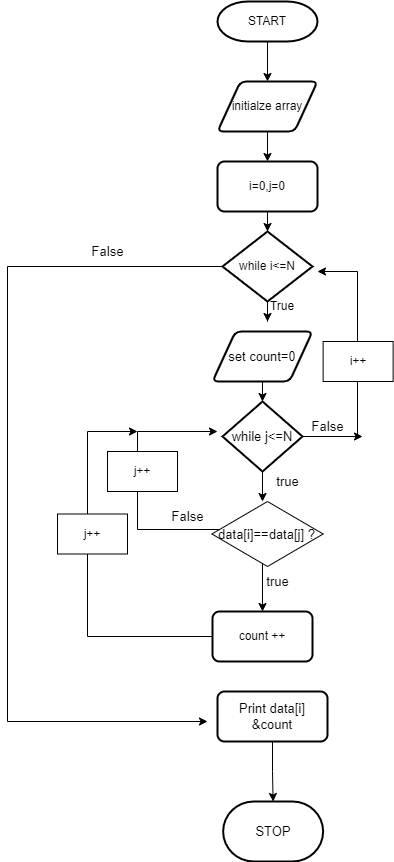
careerinfotech10/algo keeps this draw.io diagram as rahulKumar/dupliocateNoFlow.PNG. Above is the earlier version. Source tidied: cells renumbered, new cells last; positions are measured from the earlier drawing's top-left corner, leaving out a move shared by most shapes. Source of this version:
```xml
<mxGraphModel>
  <root>
    <mxCell id="0" />
    <mxCell id="1" parent="0" />
    <mxCell id="2" style="edgeStyle=orthogonalEdgeStyle;rounded=0;jettySize=auto;html=1;" parent="1" edge="1" source="3" target="5">
      <mxGeometry relative="1" as="geometry" />
    </mxCell>
    <mxCell id="3" value="START" style="strokeWidth=2;html=1;shape=mxgraph.flowchart.terminator;whiteSpace=wrap;" parent="1" vertex="1">
      <mxGeometry x="210" width="100" height="40" as="geometry" />
    </mxCell>
    <mxCell id="4" style="edgeStyle=orthogonalEdgeStyle;rounded=0;jettySize=auto;html=1;" parent="1" edge="1" source="5" target="7">
      <mxGeometry relative="1" as="geometry" />
    </mxCell>
    <mxCell id="5" value="initialze array" style="shape=parallelogram;html=1;strokeWidth=2;perimeter=parallelogramPerimeter;whiteSpace=wrap;rounded=1;arcSize=12;size=0.23;" parent="1" vertex="1">
      <mxGeometry x="210" y="80" width="100" height="50" as="geometry" />
    </mxCell>
    <mxCell id="6" style="edgeStyle=orthogonalEdgeStyle;rounded=0;jettySize=auto;html=1;" parent="1" edge="1" source="7" target="10">
      <mxGeometry relative="1" as="geometry" />
    </mxCell>
    <mxCell id="7" value="i=0,j=0" style="rounded=1;whiteSpace=wrap;html=1;absoluteArcSize=1;arcSize=14;strokeWidth=2;" parent="1" vertex="1">
      <mxGeometry x="210" y="160" width="100" height="50" as="geometry" />
    </mxCell>
    <mxCell id="8" style="edgeStyle=orthogonalEdgeStyle;rounded=0;jettySize=auto;html=1;" parent="1" edge="1" source="10">
      <mxGeometry relative="1" as="geometry">
        <mxPoint x="260" y="320" as="targetPoint" />
      </mxGeometry>
    </mxCell>
    <mxCell id="9" style="edgeStyle=orthogonalEdgeStyle;rounded=0;jettySize=auto;html=1;fontSize=13;" parent="1" edge="1" source="10">
      <mxGeometry relative="1" as="geometry">
        <mxPoint x="200" y="720" as="targetPoint" />
        <Array as="points">
          <mxPoint y="265" />
          <mxPoint y="720" />
        </Array>
      </mxGeometry>
    </mxCell>
    <mxCell id="10" value="while i&amp;lt;=N" style="strokeWidth=2;html=1;shape=mxgraph.flowchart.decision;whiteSpace=wrap;" parent="1" vertex="1">
      <mxGeometry x="215" y="230" width="90" height="70" as="geometry" />
    </mxCell>
    <mxCell id="11" value="True" style="text;html=1;strokeColor=none;fillColor=none;align=center;verticalAlign=middle;whiteSpace=wrap;rounded=0;" parent="1" vertex="1">
      <mxGeometry x="245" y="290" width="60" height="30" as="geometry" />
    </mxCell>
    <mxCell id="12" style="edgeStyle=orthogonalEdgeStyle;rounded=0;jettySize=auto;html=1;" parent="1" edge="1" source="13" target="17">
      <mxGeometry relative="1" as="geometry" />
    </mxCell>
    <mxCell id="13" value="&lt;font style=&quot;font-size: 13px;&quot;&gt;set count=0&lt;/font&gt;" style="shape=parallelogram;html=1;strokeWidth=2;perimeter=parallelogramPerimeter;whiteSpace=wrap;rounded=1;arcSize=12;size=0.23;" parent="1" vertex="1">
      <mxGeometry x="205" y="330" width="100" height="50" as="geometry" />
    </mxCell>
    <mxCell id="14" style="edgeStyle=orthogonalEdgeStyle;rounded=0;jettySize=auto;html=1;" parent="1" edge="1" source="17">
      <mxGeometry relative="1" as="geometry">
        <mxPoint x="255" y="500" as="targetPoint" />
      </mxGeometry>
    </mxCell>
    <mxCell id="15" style="edgeStyle=orthogonalEdgeStyle;rounded=0;jettySize=auto;html=1;fontSize=13;" parent="1" edge="1" source="17">
      <mxGeometry relative="1" as="geometry">
        <mxPoint x="310" y="270" as="targetPoint" />
        <Array as="points">
          <mxPoint x="350" y="435" />
        </Array>
      </mxGeometry>
    </mxCell>
    <mxCell id="16" style="edgeStyle=orthogonalEdgeStyle;rounded=0;jettySize=auto;html=1;fontSize=13;" parent="1" edge="1" source="17">
      <mxGeometry relative="1" as="geometry">
        <mxPoint x="355" y="435" as="targetPoint" />
      </mxGeometry>
    </mxCell>
    <mxCell id="17" value="&lt;font style=&quot;font-size: 13px;&quot;&gt;while j&amp;lt;=N&lt;/font&gt;" style="strokeWidth=2;html=1;shape=mxgraph.flowchart.decision;whiteSpace=wrap;" parent="1" vertex="1">
      <mxGeometry x="215" y="400" width="80" height="70" as="geometry" />
    </mxCell>
    <mxCell id="18" style="edgeStyle=orthogonalEdgeStyle;rounded=0;jettySize=auto;html=1;fontSize=13;" parent="1" edge="1" target="20">
      <mxGeometry relative="1" as="geometry">
        <mxPoint x="255" y="550" as="sourcePoint" />
      </mxGeometry>
    </mxCell>
    <mxCell id="19" style="edgeStyle=orthogonalEdgeStyle;rounded=0;jettySize=auto;html=1;fontSize=13;" parent="1" edge="1" source="20">
      <mxGeometry relative="1" as="geometry">
        <mxPoint x="130" y="430" as="targetPoint" />
        <Array as="points">
          <mxPoint x="80" y="635" />
          <mxPoint x="80" y="430" />
        </Array>
      </mxGeometry>
    </mxCell>
    <mxCell id="20" value="count ++" style="rounded=1;whiteSpace=wrap;html=1;absoluteArcSize=1;arcSize=14;strokeWidth=2;" parent="1" vertex="1">
      <mxGeometry x="205" y="610" width="100" height="50" as="geometry" />
    </mxCell>
    <mxCell id="21" value="true" style="text;html=1;align=center;verticalAlign=middle;strokeColor=none;fillColor=none;fontSize=13;" parent="1" vertex="1">
      <mxGeometry x="255" y="465" width="50" height="30" as="geometry" />
    </mxCell>
    <mxCell id="22" value="False" style="text;html=1;align=center;verticalAlign=middle;strokeColor=none;fillColor=none;fontSize=13;" parent="1" vertex="1">
      <mxGeometry x="290" y="410" width="60" height="30" as="geometry" />
    </mxCell>
    <mxCell id="23" style="edgeStyle=orthogonalEdgeStyle;rounded=0;jettySize=auto;html=1;fontSize=13;" parent="1" edge="1" source="24" target="30">
      <mxGeometry relative="1" as="geometry" />
    </mxCell>
    <mxCell id="24" value="Print data[i] &amp;amp;count" style="rounded=1;whiteSpace=wrap;html=1;absoluteArcSize=1;arcSize=14;strokeWidth=2;fontSize=13;" parent="1" vertex="1">
      <mxGeometry x="210" y="690" width="110" height="50" as="geometry" />
    </mxCell>
    <mxCell id="25" style="edgeStyle=orthogonalEdgeStyle;rounded=0;jettySize=auto;html=1;fontSize=13;" parent="1" edge="1" source="26">
      <mxGeometry relative="1" as="geometry">
        <mxPoint x="210" y="430" as="targetPoint" />
        <Array as="points">
          <mxPoint x="130" y="528" />
        </Array>
      </mxGeometry>
    </mxCell>
    <mxCell id="26" value="data[i]==data[j] ?" style="rhombus;whiteSpace=wrap;html=1;fontSize=13;" parent="1" vertex="1">
      <mxGeometry x="204.4" y="500" width="111.2" height="65" as="geometry" />
    </mxCell>
    <mxCell id="27" value="true" style="text;html=1;align=center;verticalAlign=middle;strokeColor=none;fillColor=none;fontSize=13;" parent="1" vertex="1">
      <mxGeometry x="245" y="565" width="50" height="30" as="geometry" />
    </mxCell>
    <mxCell id="28" value="False" style="text;html=1;align=center;verticalAlign=middle;strokeColor=none;fillColor=none;fontSize=13;" parent="1" vertex="1">
      <mxGeometry x="150" y="500" width="60" height="30" as="geometry" />
    </mxCell>
    <mxCell id="29" value="False" style="text;html=1;align=center;verticalAlign=middle;strokeColor=none;fillColor=none;fontSize=13;" parent="1" vertex="1">
      <mxGeometry x="70" y="235" width="60" height="30" as="geometry" />
    </mxCell>
    <mxCell id="30" value="STOP" style="strokeWidth=2;html=1;shape=mxgraph.flowchart.terminator;whiteSpace=wrap;fontSize=13;" parent="1" vertex="1">
      <mxGeometry x="215.6" y="800" width="100" height="60" as="geometry" />
    </mxCell>
    <mxCell id="31" value="j++" style="whiteSpace=wrap;html=1;" parent="1" vertex="1">
      <mxGeometry x="100" y="450" width="70" height="40" as="geometry" />
    </mxCell>
    <mxCell id="32" value="j++" style="whiteSpace=wrap;html=1;" parent="1" vertex="1">
      <mxGeometry x="50" y="512.5" width="70" height="40" as="geometry" />
    </mxCell>
    <mxCell id="33" value="i++" style="whiteSpace=wrap;html=1;" parent="1" vertex="1">
      <mxGeometry x="315.6" y="340" width="70" height="40" as="geometry" />
    </mxCell>
  </root>
</mxGraphModel>
```
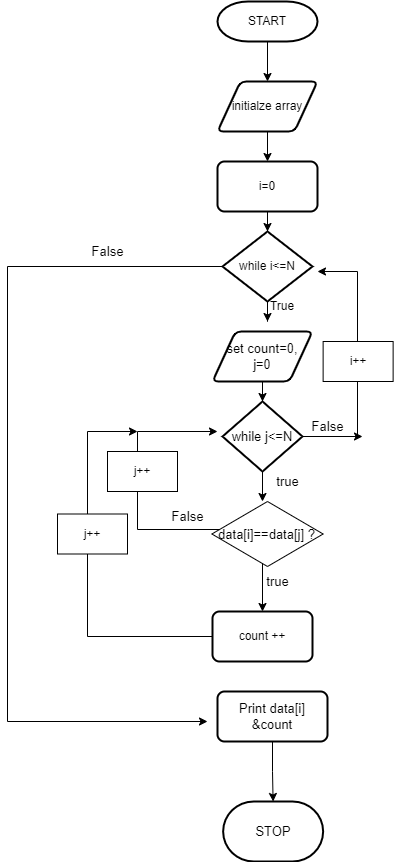
After the commit.

Commit message:
duplicate noo

Change to the diagram source:
```diff
@@ -17,7 +17,7 @@
     <mxCell id="6" style="edgeStyle=orthogonalEdgeStyle;rounded=0;jettySize=auto;html=1;" parent="1" edge="1" source="7" target="10">
       <mxGeometry relative="1" as="geometry" />
     </mxCell>
-    <mxCell id="7" value="i=0,j=0" style="rounded=1;whiteSpace=wrap;html=1;absoluteArcSize=1;arcSize=14;strokeWidth=2;" parent="1" vertex="1">
+    <mxCell id="7" value="i=0" style="rounded=1;whiteSpace=wrap;html=1;absoluteArcSize=1;arcSize=14;strokeWidth=2;" parent="1" vertex="1">
       <mxGeometry x="210" y="160" width="100" height="50" as="geometry" />
     </mxCell>
     <mxCell id="8" style="edgeStyle=orthogonalEdgeStyle;rounded=0;jettySize=auto;html=1;" parent="1" edge="1" source="10">
@@ -43,7 +43,7 @@
     <mxCell id="12" style="edgeStyle=orthogonalEdgeStyle;rounded=0;jettySize=auto;html=1;" parent="1" edge="1" source="13" target="17">
       <mxGeometry relative="1" as="geometry" />
     </mxCell>
-    <mxCell id="13" value="&lt;font style=&quot;font-size: 13px;&quot;&gt;set count=0&lt;/font&gt;" style="shape=parallelogram;html=1;strokeWidth=2;perimeter=parallelogramPerimeter;whiteSpace=wrap;rounded=1;arcSize=12;size=0.23;" parent="1" vertex="1">
+    <mxCell id="13" value="&lt;font style=&quot;font-size: 13px;&quot;&gt;set count=0, &lt;br&gt;j=0&lt;/font&gt;" style="shape=parallelogram;html=1;strokeWidth=2;perimeter=parallelogramPerimeter;whiteSpace=wrap;rounded=1;arcSize=12;size=0.23;" parent="1" vertex="1">
       <mxGeometry x="205" y="330" width="100" height="50" as="geometry" />
     </mxCell>
     <mxCell id="14" style="edgeStyle=orthogonalEdgeStyle;rounded=0;jettySize=auto;html=1;" parent="1" edge="1" source="17">
```
